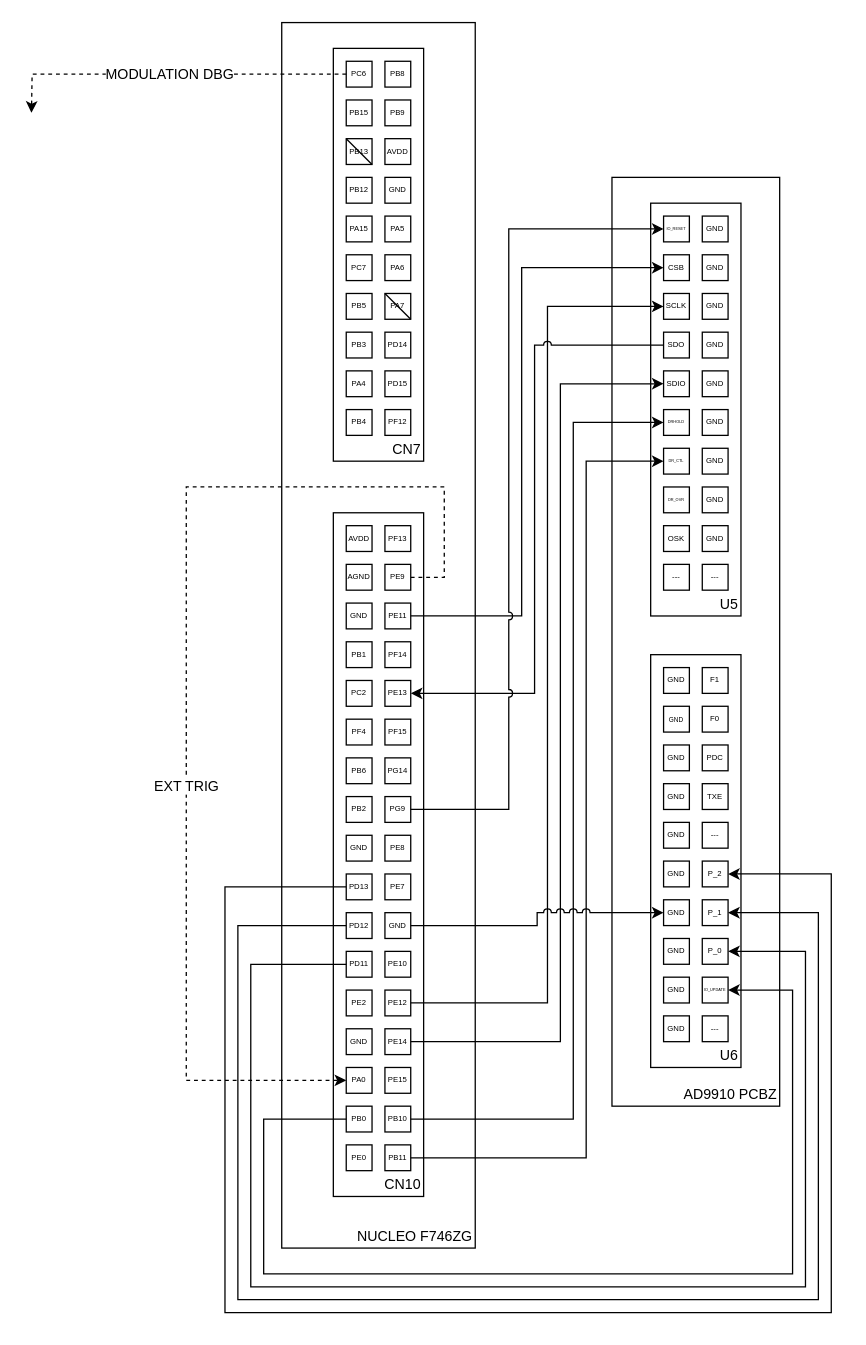
This is Docs/wiring_diagram.drawio from AXKuhta/stm32_ad9910, a draw.io file, before an edit. Source tidied: cells renumbered, new cells numbered last; positions are measured from the earlier drawing's top-left corner, leaving out a move shared by most shapes. Both pictures are drawn from the tidied source at 129%, with x=0, y=0 at pixel (31, 22).
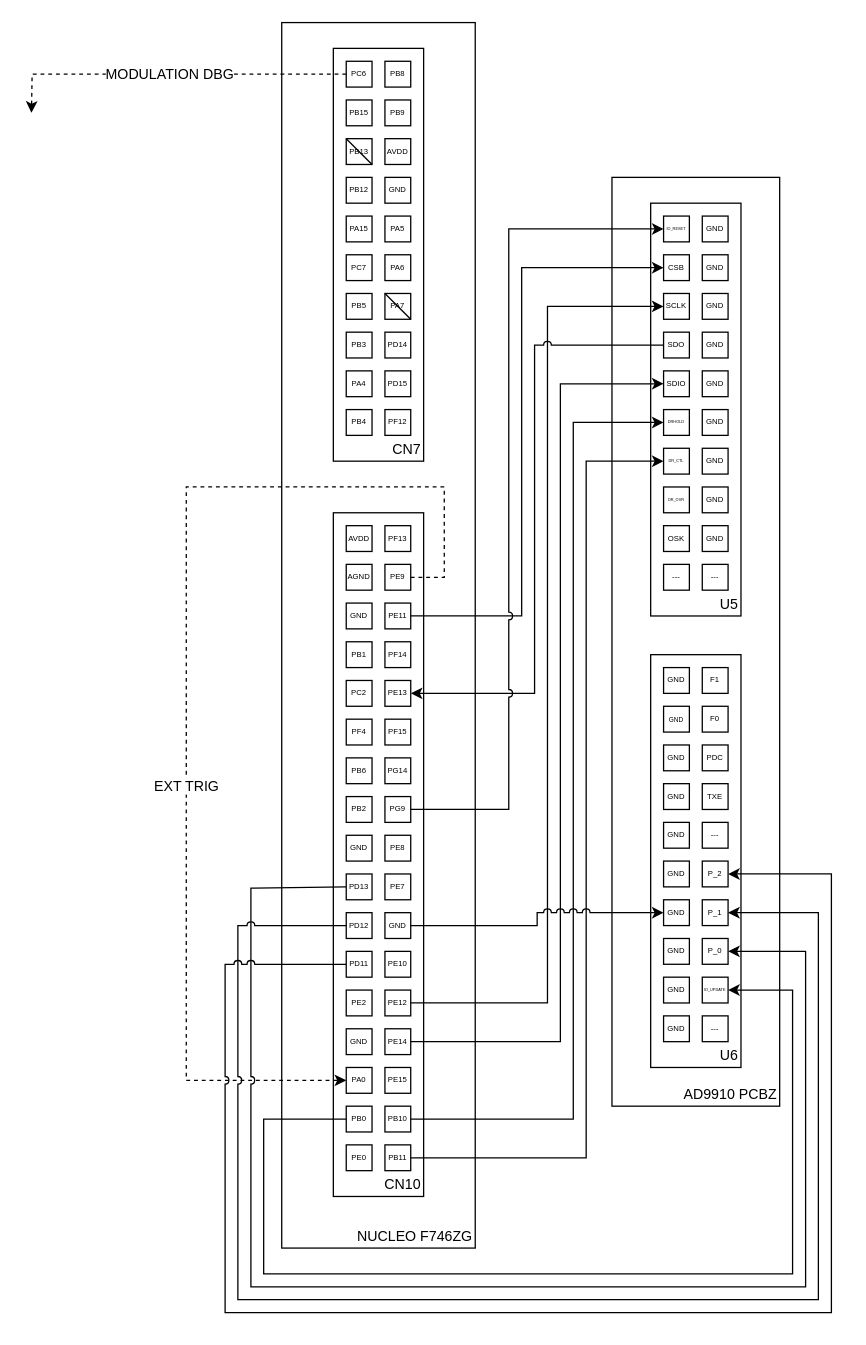
The same page after the edit.

Commit message:
Update wiring diagram to match the actual board

The change refers to these unchanged cells:
```xml
<mxCell id="4" style="group;" parent="2" vertex="1">
  <mxGeometry x="40" y="350" width="70" height="530" as="geometry" />
</mxCell>
<mxCell id="8" value="PE9" style="rounded=0;whiteSpace=wrap;html=1;fontSize=6;" parent="4" vertex="1">
  <mxGeometry x="40" y="40" width="20" height="20" as="geometry" />
</mxCell>
<mxCell id="33" value="PD13" style="rounded=0;whiteSpace=wrap;html=1;fontSize=6;" parent="4" vertex="1">
  <mxGeometry x="10" y="280" width="20" height="20" as="geometry" />
</mxCell>
<mxCell id="34" value="PD12" style="rounded=0;whiteSpace=wrap;html=1;fontSize=6;" parent="4" vertex="1">
  <mxGeometry x="10" y="310" width="20" height="20" as="geometry" />
</mxCell>
<mxCell id="35" value="PD11" style="rounded=0;whiteSpace=wrap;html=1;fontSize=6;" parent="4" vertex="1">
  <mxGeometry x="10" y="340" width="20" height="20" as="geometry" />
</mxCell>
<mxCell id="38" value="PA0" style="rounded=0;whiteSpace=wrap;html=1;fontSize=6;" parent="4" vertex="1">
  <mxGeometry x="10" y="430" width="20" height="20" as="geometry" />
</mxCell>
<mxCell id="102" value="P_2" style="rounded=0;whiteSpace=wrap;html=1;fontSize=6;" parent="90" vertex="1">
  <mxGeometry x="40" y="160" width="20" height="20" as="geometry" />
</mxCell>
<mxCell id="103" value="P_1" style="rounded=0;whiteSpace=wrap;html=1;fontSize=6;" parent="90" vertex="1">
  <mxGeometry x="40" y="190" width="20" height="20" as="geometry" />
</mxCell>
<mxCell id="104" value="P_0" style="rounded=0;whiteSpace=wrap;html=1;fontSize=6;" parent="90" vertex="1">
  <mxGeometry x="40" y="220" width="20" height="20" as="geometry" />
</mxCell>
```

The edit, as a diff of the source:
```diff
@@
-    <mxCell id="7" value="EXT TRIG" style="edgeStyle=orthogonalEdgeStyle;rounded=0;jettySize=auto;html=1;entryX=0;entryY=0.5;entryDx=0;entryDy=0;dashed=1;" parent="4" edge="1" source="8" target="38">
-      <mxGeometry x="0.2" relative="1" as="geometry">
-        <Array as="points">
-          <mxPoint x="86" y="50" />
-          <mxPoint x="86" y="-20" />
-          <mxPoint x="-114" y="-20" />
-          <mxPoint x="-114" y="440" />
-        </Array>
-      </mxGeometry>
-    </mxCell>
@@
+    <mxCell id="7" value="EXT TRIG" style="edgeStyle=orthogonalEdgeStyle;rounded=0;jettySize=auto;html=1;entryX=0;entryY=0.5;entryDx=0;entryDy=0;dashed=1;jumpStyle=arc;" parent="4" edge="1" source="8" target="38">
+      <mxGeometry x="0.2" relative="1" as="geometry">
+        <Array as="points">
+          <mxPoint x="86" y="50" />
+          <mxPoint x="86" y="-20" />
+          <mxPoint x="-114" y="-20" />
+          <mxPoint x="-114" y="440" />
+        </Array>
+      </mxGeometry>
+    </mxCell>
@@
-    <mxCell id="112" style="edgeStyle=orthogonalEdgeStyle;rounded=0;jettySize=auto;html=1;entryX=1;entryY=0.5;entryDx=0;entryDy=0;" parent="1" edge="1" source="35" target="104">
+    <mxCell id="112" style="edgeStyle=orthogonalEdgeStyle;rounded=0;jettySize=auto;html=1;entryX=1;entryY=0.5;entryDx=0;entryDy=0;exitX=0;exitY=0.5;exitDx=0;exitDy=0;jumpStyle=arc;" parent="1" edge="1" source="33" target="104">
       <mxGeometry relative="1" as="geometry">
         <Array as="points">
-          <mxPoint x="169.9" y="730" />
-          <mxPoint x="169.9" y="980" />
-          <mxPoint x="599.9" y="980" />
-          <mxPoint x="599.9" y="720" />
+          <mxPoint x="170" y="671" />
+          <mxPoint x="170" y="980" />
+          <mxPoint x="600" y="980" />
+          <mxPoint x="600" y="720" />
         </Array>
       </mxGeometry>
     </mxCell>
-    <mxCell id="113" style="edgeStyle=orthogonalEdgeStyle;rounded=0;jettySize=auto;html=1;entryX=1;entryY=0.5;entryDx=0;entryDy=0;" parent="1" edge="1" source="34" target="103">
+    <mxCell id="113" style="edgeStyle=orthogonalEdgeStyle;rounded=0;jettySize=auto;html=1;entryX=1;entryY=0.5;entryDx=0;entryDy=0;jumpStyle=arc;" parent="1" edge="1" source="34" target="103">
       <mxGeometry relative="1" as="geometry">
         <Array as="points">
           <mxPoint x="159.9" y="700" />
           <mxPoint x="159.9" y="990" />
           <mxPoint x="609.9" y="990" />
           <mxPoint x="609.9" y="690" />
         </Array>
       </mxGeometry>
     </mxCell>
-    <mxCell id="114" style="edgeStyle=orthogonalEdgeStyle;rounded=0;jettySize=auto;html=1;entryX=1;entryY=0.5;entryDx=0;entryDy=0;" parent="1" edge="1" source="33" target="102">
+    <mxCell id="114" style="edgeStyle=orthogonalEdgeStyle;rounded=0;jettySize=auto;html=1;entryX=1;entryY=0.5;entryDx=0;entryDy=0;exitX=0;exitY=0.5;exitDx=0;exitDy=0;jumpStyle=arc;" parent="1" edge="1" source="35" target="102">
       <mxGeometry relative="1" as="geometry">
         <Array as="points">
-          <mxPoint x="149.9" y="670" />
-          <mxPoint x="149.9" y="1000" />
-          <mxPoint x="619.9" y="1000" />
-          <mxPoint x="619.9" y="660" />
+          <mxPoint x="150" y="730" />
+          <mxPoint x="150" y="1000" />
+          <mxPoint x="620" y="1000" />
+          <mxPoint x="620" y="660" />
         </Array>
       </mxGeometry>
     </mxCell>
```
